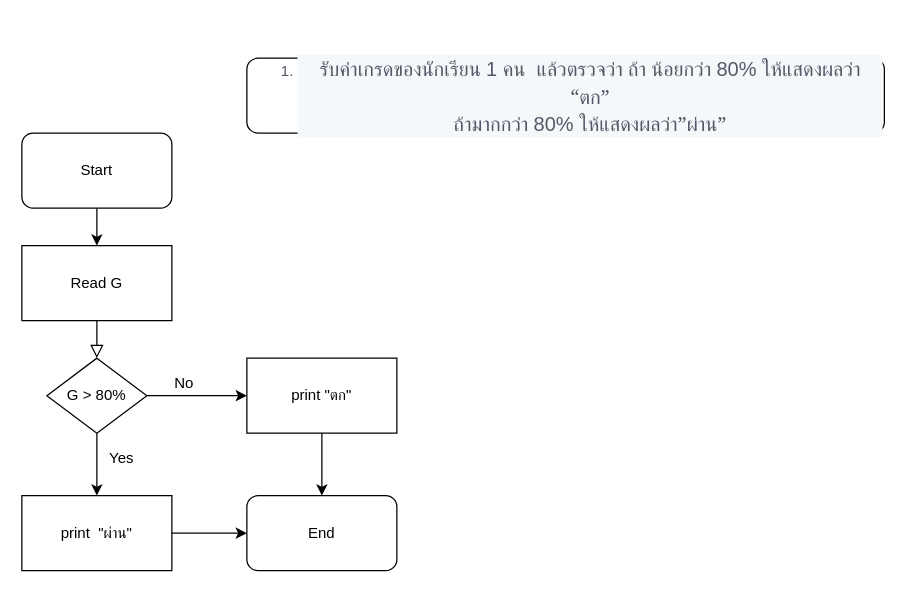
The draw.io diagram Q5_grade_Diagram.drawio in Benjamnk/CTF010180, before the edit. Source tidied: cells renumbered, new cells numbered last; positions are measured from the earlier drawing's top-left corner, leaving out a move shared by most shapes. Both pictures are drawn from the tidied source at 125%, with x=0, y=0 at pixel (21, 58).
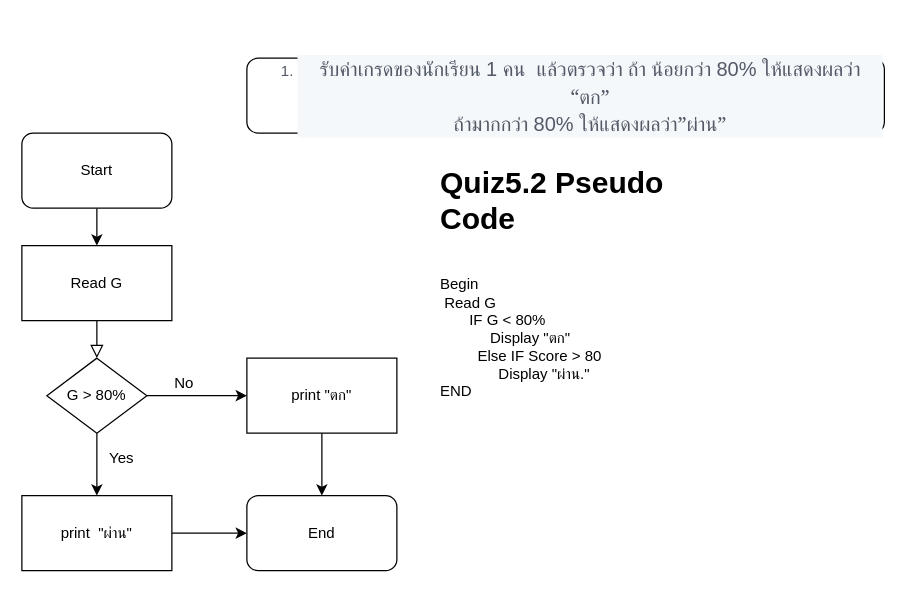
The same diagram, later.

Change to the diagram source:
```diff
@@
 <mxGraphModel>
   <root>
     <mxCell id="0" />
     <mxCell id="1" parent="0" />
     <mxCell id="2" style="rounded=0;html=1;jettySize=auto;orthogonalLoop=1;fontSize=11;endArrow=block;endFill=0;endSize=8;strokeWidth=1;shadow=0;labelBackgroundColor=none;edgeStyle=orthogonalEdgeStyle;" parent="1" edge="1">
       <mxGeometry relative="1" as="geometry">
         <mxPoint x="60" y="190" as="sourcePoint" />
         <mxPoint x="60" y="240" as="targetPoint" />
       </mxGeometry>
     </mxCell>
     <mxCell id="3" value="Read G" style="rounded=0;whiteSpace=wrap;html=1;" parent="1" vertex="1">
       <mxGeometry y="150" width="120" height="60" as="geometry" />
     </mxCell>
     <mxCell id="4" style="edgeStyle=orthogonalEdgeStyle;rounded=0;jettySize=auto;html=1;" parent="1" edge="1" source="5" target="3">
       <mxGeometry relative="1" as="geometry" />
     </mxCell>
     <mxCell id="5" value="Start" style="rounded=1;whiteSpace=wrap;html=1;" parent="1" vertex="1">
       <mxGeometry y="60" width="120" height="60" as="geometry" />
     </mxCell>
     <mxCell id="6" value="&lt;ol start=&quot;1&quot; type=&quot;1&quot;&gt;&lt;br/&gt; &lt;li class=&quot;MsoNormal&quot; style=&quot;color: #535967 ; line-height: normal ; background: #f4f8fa&quot;&gt;&lt;span lang=&quot;TH&quot; style=&quot;font-size: 12.0pt ; font-family: &amp;#34;angsana new&amp;#34; , &amp;#34;serif&amp;#34;&quot;&gt;รับค่าเกรดของนักเรียน &lt;/span&gt;&lt;span style=&quot;font-size: 12.0pt ; font-family: &amp;#34;arial&amp;#34; , &amp;#34;sans-serif&amp;#34;&quot;&gt;1 &lt;/span&gt;&lt;span lang=&quot;TH&quot; style=&quot;font-size: 12.0pt ; font-family: &amp;#34;angsana new&amp;#34; , &amp;#34;serif&amp;#34;&quot;&gt;คน&lt;/span&gt;&lt;span style=&quot;font-size: 12.0pt ; font-family: &amp;#34;arial&amp;#34; , &amp;#34;sans-serif&amp;#34;&quot;&gt;&amp;nbsp; &lt;/span&gt;&lt;span lang=&quot;TH&quot; style=&quot;font-size: 12.0pt ; font-family: &amp;#34;angsana new&amp;#34; , &amp;#34;serif&amp;#34;&quot;&gt;แล้วตรวจว่า ถ้า น้อยกว่า &lt;/span&gt;&lt;span style=&quot;font-size: 12.0pt ; font-family: &amp;#34;arial&amp;#34; , &amp;#34;sans-serif&amp;#34;&quot;&gt;80% &lt;/span&gt;&lt;span lang=&quot;TH&quot; style=&quot;font-size: 12.0pt ; font-family: &amp;#34;angsana new&amp;#34; , &amp;#34;serif&amp;#34;&quot;&gt;ให้แสดงผลว่า “ตก”&lt;br/&gt;     ถ้ามากกว่า &lt;/span&gt;&lt;span style=&quot;font-size: 12.0pt ; font-family: &amp;#34;arial&amp;#34; , &amp;#34;sans-serif&amp;#34;&quot;&gt;80% &lt;/span&gt;&lt;span lang=&quot;TH&quot; style=&quot;font-size: 12.0pt ; font-family: &amp;#34;angsana new&amp;#34; , &amp;#34;serif&amp;#34;&quot;&gt;ให้แสดงผลว่า”ผ่าน”&lt;/span&gt;&lt;span style=&quot;font-size: 12.0pt ; font-family: &amp;#34;arial&amp;#34; , &amp;#34;sans-serif&amp;#34;&quot;&gt;&lt;/span&gt;&lt;/li&gt;&lt;br/&gt;&lt;/ol&gt;" style="rounded=1;whiteSpace=wrap;html=1;" parent="1" vertex="1">
       <mxGeometry x="180" width="510" height="60" as="geometry" />
     </mxCell>
     <mxCell id="7" style="edgeStyle=orthogonalEdgeStyle;rounded=0;orthogonalLoop=1;jettySize=auto;html=1;exitX=0.5;exitY=1;exitDx=0;exitDy=0;" parent="1" edge="1" source="5" target="5">
       <mxGeometry relative="1" as="geometry" />
     </mxCell>
     <mxCell id="8" style="edgeStyle=orthogonalEdgeStyle;rounded=0;jettySize=auto;html=1;" parent="1" edge="1" source="10" target="12">
       <mxGeometry relative="1" as="geometry" />
     </mxCell>
     <mxCell id="9" style="edgeStyle=orthogonalEdgeStyle;rounded=0;jettySize=auto;html=1;entryX=0;entryY=0.5;entryDx=0;entryDy=0;" parent="1" edge="1" source="10" target="14">
       <mxGeometry relative="1" as="geometry" />
     </mxCell>
     <mxCell id="10" value="G &amp;gt; 80%" style="rhombus;whiteSpace=wrap;html=1;" parent="1" vertex="1">
       <mxGeometry x="20" y="240" width="80" height="60" as="geometry" />
     </mxCell>
     <mxCell id="11" style="edgeStyle=orthogonalEdgeStyle;rounded=0;jettySize=auto;html=1;" parent="1" edge="1" source="12" target="15">
       <mxGeometry relative="1" as="geometry" />
     </mxCell>
     <mxCell id="12" value="print&amp;nbsp; &quot;ผ่าน&quot;" style="rounded=0;whiteSpace=wrap;html=1;" parent="1" vertex="1">
       <mxGeometry y="350" width="120" height="60" as="geometry" />
     </mxCell>
     <mxCell id="13" style="edgeStyle=orthogonalEdgeStyle;rounded=0;jettySize=auto;html=1;" parent="1" edge="1" source="14" target="15">
       <mxGeometry relative="1" as="geometry" />
     </mxCell>
     <mxCell id="14" value="print &quot;ตก&quot;" style="rounded=0;whiteSpace=wrap;html=1;" parent="1" vertex="1">
       <mxGeometry x="180" y="240" width="120" height="60" as="geometry" />
     </mxCell>
     <mxCell id="15" value="End" style="rounded=1;whiteSpace=wrap;html=1;" parent="1" vertex="1">
       <mxGeometry x="180" y="350" width="120" height="60" as="geometry" />
     </mxCell>
     <mxCell id="16" value="Yes" style="text;html=1;strokeColor=none;fillColor=none;align=center;verticalAlign=middle;whiteSpace=wrap;rounded=0;" parent="1" vertex="1">
       <mxGeometry x="60" y="310" width="40" height="20" as="geometry" />
     </mxCell>
     <mxCell id="17" value="No" style="text;html=1;strokeColor=none;fillColor=none;align=center;verticalAlign=middle;whiteSpace=wrap;rounded=0;" parent="1" vertex="1">
       <mxGeometry x="110" y="250" width="40" height="20" as="geometry" />
     </mxCell>
+    <mxCell id="18" value="&lt;h1&gt;Quiz5.2 Pseudo Code&lt;/h1&gt;&lt;div&gt;&lt;br&gt;&lt;/div&gt;&lt;div&gt;Begin&lt;/div&gt;&lt;div&gt;&amp;nbsp;Read G&lt;/div&gt;&lt;div&gt;&amp;nbsp; &lt;span&gt;&amp;nbsp; &amp;nbsp; &amp;nbsp;IF G &amp;lt; 80%&lt;/span&gt;&lt;/div&gt;&lt;div&gt;&amp;nbsp; &amp;nbsp; &amp;nbsp; &amp;nbsp; &amp;nbsp; &amp;nbsp; Display &quot;ตก&quot;&lt;/div&gt;&lt;div&gt;&amp;nbsp; &amp;nbsp; &amp;nbsp; &amp;nbsp; &amp;nbsp;Else IF Score &amp;gt; 80&lt;/div&gt;&lt;div&gt;&amp;nbsp; &amp;nbsp; &amp;nbsp; &amp;nbsp; &amp;nbsp; &amp;nbsp; &amp;nbsp; Display &quot;ผ่าน.&quot;&lt;/div&gt;&lt;div&gt;END&lt;/div&gt;" style="text;html=1;strokeColor=none;fillColor=none;spacing=5;spacingTop=-20;whiteSpace=wrap;overflow=hidden;rounded=0;" parent="1" vertex="1">
+      <mxGeometry x="330" y="80" width="220" height="230" as="geometry" />
+    </mxCell>
   </root>
 </mxGraphModel>
```
